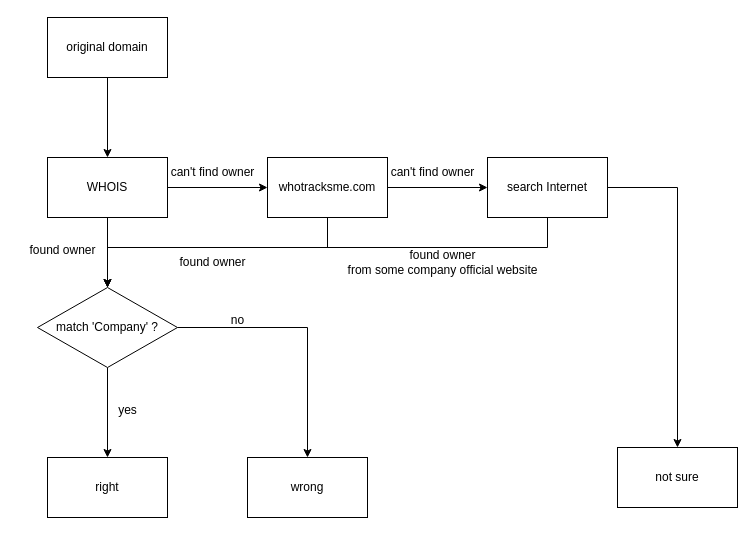
Earlier version of the draw.io diagram img/company.drawio (HAoRAn-W/ECE-GY-9393-IoT-Security). Source tidied: cells renumbered, new cells numbered last; positions are measured from the earlier drawing's top-left corner, leaving out a move shared by most shapes. Both pictures are drawn from the tidied source at 100%, with x=0, y=0 at pixel (17, 17).
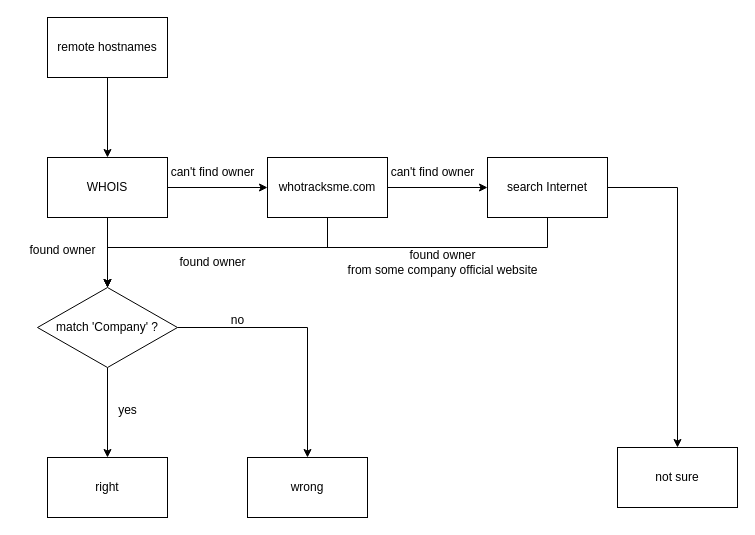
The same page after the edit.

Change to the diagram source:
```diff
@@
-    <mxCell id="3" value="original domain" style="rounded=0;whiteSpace=wrap;html=1;" parent="1" vertex="1">
+    <mxCell id="3" value="remote hostnames" style="rounded=0;whiteSpace=wrap;html=1;" parent="1" vertex="1">
       <mxGeometry x="30" width="120" height="60" as="geometry" />
     </mxCell>
```
